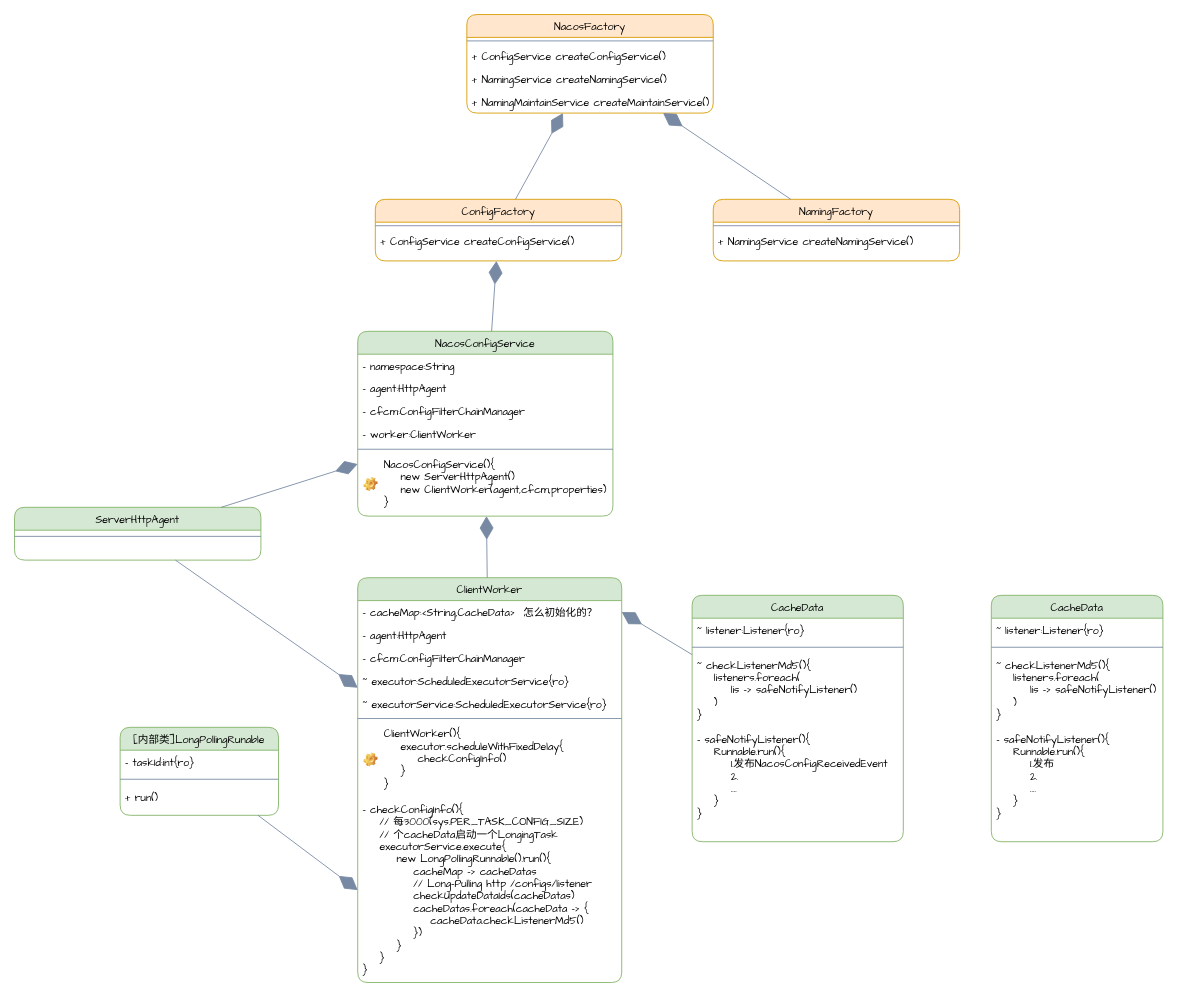
Above: page "Nacos类图梳理" (2 of 2) of diagrams.net/Nacos架构梳理.drawio in ZhengweiHou/simplegit (draw.io), before the change. Source tidied: cells renumbered, new cells numbered last; positions are measured from the earlier drawing's top-left corner, leaving out a move shared by most shapes. Both pictures are drawn from the tidied source at 88%, with x=0, y=0 at pixel (14, 14).
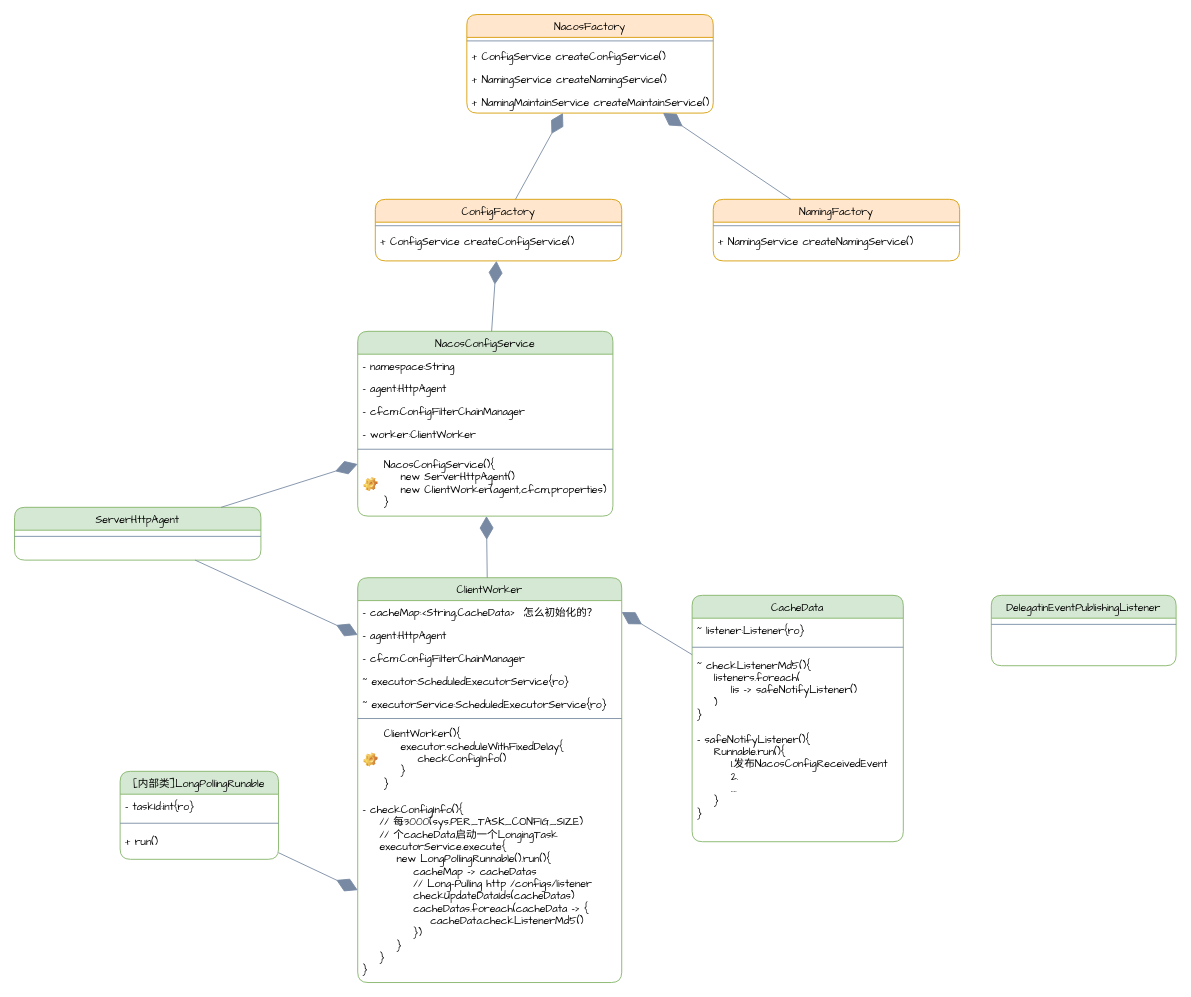
After the change.

Unchanged cells that the change refers to:
```xml
<mxCell id="23" value="ServerHttpAgent" style="swimlane;fontStyle=0;align=center;verticalAlign=top;horizontal=1;startSize=26;shadow=0;strokeWidth=1;fillColor=#d5e8d4;strokeColor=#82b366;fontFamily=Comic Sans MS;fontColor=#000000;rounded=1;sketch=0;" parent="1" vertex="1">
  <mxGeometry y="560" width="280" height="60" as="geometry" />
</mxCell>
<mxCell id="26" value="ClientWorker" style="swimlane;fontStyle=0;align=center;verticalAlign=top;horizontal=1;startSize=26;shadow=0;strokeWidth=1;fillColor=#d5e8d4;strokeColor=#82b366;fontFamily=Comic Sans MS;fontColor=#000000;rounded=1;sketch=0;" parent="1" vertex="1">
  <mxGeometry x="390" y="640" width="300" height="460" as="geometry" />
</mxCell>
<mxCell id="28" value="- agent:HttpAgent" style="text;strokeColor=none;fillColor=none;align=left;verticalAlign=top;spacingLeft=4;spacingRight=4;overflow=hidden;points=[[0,0.5],[1,0.5]];portConstraint=eastwest;fontFamily=Comic Sans MS;fontColor=#000000;rounded=1;sketch=0;fontStyle=0;" parent="26" vertex="1">
  <mxGeometry y="52" width="300" height="26" as="geometry" />
</mxCell>
```

The edit, as a diff of the source:
```diff
@@
-    <mxCell id="36" style="endArrow=diamondThin;endFill=1;endSize=24;html=1;fontColor=#000000;strokeColor=#788AA3;fillColor=#B2C9AB;fontFamily=Comic Sans MS;sketch=0;fontStyle=0;" parent="1" edge="1" source="23" target="26">
+    <mxCell id="36" style="endArrow=diamondThin;endFill=1;endSize=24;html=1;fontColor=#000000;strokeColor=#788AA3;fillColor=#B2C9AB;fontFamily=Comic Sans MS;sketch=0;fontStyle=0;entryX=0;entryY=0.5;entryDx=0;entryDy=0;" parent="1" edge="1" source="23" target="28">
       <mxGeometry relative="1" as="geometry" />
     </mxCell>
     <mxCell id="37" value="[内部类]LongPollingRunable" style="swimlane;fontStyle=0;align=center;verticalAlign=top;horizontal=1;startSize=26;shadow=0;strokeWidth=1;fillColor=#d5e8d4;strokeColor=#82b366;fontFamily=Comic Sans MS;fontColor=#000000;rounded=1;sketch=0;" parent="1" vertex="1">
-      <mxGeometry x="120" y="810" width="180" height="100" as="geometry" />
+      <mxGeometry x="120" y="860" width="180" height="100" as="geometry" />
     </mxCell>
@@
-    <mxCell id="48" value="CacheData" style="swimlane;fontStyle=0;align=center;verticalAlign=top;horizontal=1;startSize=26;shadow=0;strokeWidth=1;fillColor=#d5e8d4;strokeColor=#82b366;fontFamily=Comic Sans MS;fontColor=#000000;rounded=1;sketch=0;" parent="1" vertex="1">
-      <mxGeometry x="1110" y="660" width="195" height="280" as="geometry" />
+    <mxCell id="48" value="DelegatinEventPublishingListener" style="swimlane;fontStyle=0;align=center;verticalAlign=top;horizontal=1;startSize=26;shadow=0;strokeWidth=1;fillColor=#d5e8d4;strokeColor=#82b366;fontFamily=Comic Sans MS;fontColor=#000000;rounded=1;sketch=0;" parent="1" vertex="1">
+      <mxGeometry x="1110" y="660" width="210" height="80" as="geometry" />
     </mxCell>
-    <mxCell id="49" value="~ listener:Listener{ro}" style="text;strokeColor=none;fillColor=none;align=left;verticalAlign=top;spacingLeft=4;spacingRight=4;overflow=hidden;rounded=1;sketch=0;fontFamily=Comic Sans MS;fontColor=#000000;" parent="48" vertex="1">
-      <mxGeometry y="26" width="195" height="26" as="geometry" />
-    </mxCell>
     <mxCell id="50" style="line;strokeWidth=1;fillColor=none;align=left;verticalAlign=middle;spacingTop=-1;spacingLeft=3;spacingRight=3;labelPosition=right;fontColor=#000000;fontFamily=Comic Sans MS;strokeColor=#788AA3;rounded=1;sketch=0;fontStyle=0;" parent="48" vertex="1">
-      <mxGeometry y="52" width="195" height="14" as="geometry" />
+      <mxGeometry y="26" width="210" height="14" as="geometry" />
     </mxCell>
-    <mxCell id="51" value="~ checkListenerMd5(){&#10;    listeners.foreach(&#10;        lis -&gt; safeNotifyListener()&#10;    )&#10;}" style="text;strokeColor=none;fillColor=none;align=left;verticalAlign=top;spacingLeft=4;spacingRight=4;overflow=hidden;rounded=1;sketch=0;fontFamily=Comic Sans MS;fontColor=#000000;" parent="48" vertex="1">
-      <mxGeometry y="66" width="195" height="84" as="geometry" />
-    </mxCell>
-    <mxCell id="52" value="- safeNotifyListener(){&#10;    Runnable.run(){&#10;        1.发布&#10;        2.&#10;        ....&#10;    }&#10;}" style="text;strokeColor=none;fillColor=none;align=left;verticalAlign=top;spacingLeft=4;spacingRight=4;overflow=hidden;rounded=1;sketch=0;fontFamily=Comic Sans MS;fontColor=#000000;" parent="48" vertex="1">
-      <mxGeometry y="150" width="195" height="100" as="geometry" />
-    </mxCell>
```
